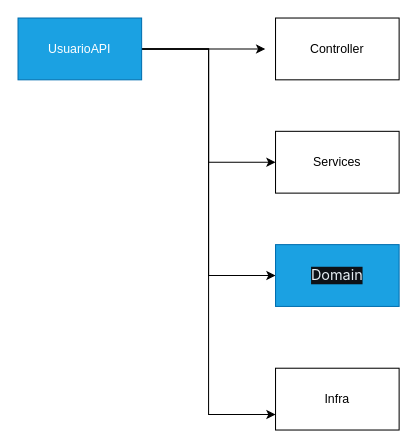
RafaelPontin/Fiap.Ingresso keeps this draw.io diagram as page "Arquitetura" (2 of 6) of doc/Projeto.drawio. Above is the earlier version. Source tidied: cells renumbered, new cells numbered last; positions are measured from the earlier drawing's top-left corner, leaving out a move shared by most shapes. Both pictures are drawn from the tidied source at 103%, with x=0, y=0 at pixel (18, 18).
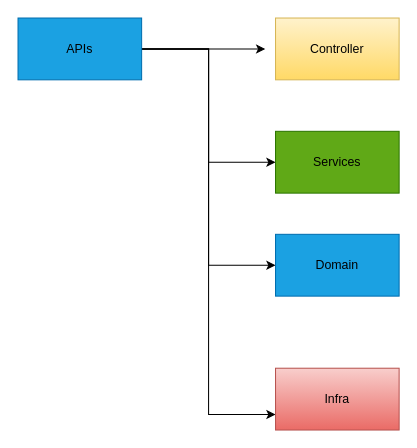
After the change.

Diff of the diagram source:
```diff
@@
 <mxGraphModel>
   <root>
     <mxCell id="0" />
     <mxCell id="1" parent="0" />
     <mxCell id="2" style="edgeStyle=orthogonalEdgeStyle;rounded=0;jettySize=auto;html=1;" parent="1" edge="1" source="6">
       <mxGeometry relative="1" as="geometry">
         <mxPoint x="240" y="30" as="targetPoint" />
       </mxGeometry>
     </mxCell>
     <mxCell id="3" style="edgeStyle=orthogonalEdgeStyle;rounded=0;jettySize=auto;html=1;entryX=0;entryY=0.5;entryDx=0;entryDy=0;" parent="1" edge="1" source="6" target="8">
       <mxGeometry relative="1" as="geometry" />
     </mxCell>
+    <mxCell id="5" style="edgeStyle=orthogonalEdgeStyle;rounded=0;jettySize=auto;html=1;entryX=0;entryY=0.75;entryDx=0;entryDy=0;" parent="1" edge="1" source="6" target="10">
+      <mxGeometry relative="1" as="geometry" />
+    </mxCell>
     <mxCell id="4" style="edgeStyle=orthogonalEdgeStyle;rounded=0;jettySize=auto;html=1;entryX=0;entryY=0.5;entryDx=0;entryDy=0;" parent="1" edge="1" source="6" target="9">
       <mxGeometry relative="1" as="geometry" />
     </mxCell>
-    <mxCell id="5" style="edgeStyle=orthogonalEdgeStyle;rounded=0;jettySize=auto;html=1;entryX=0;entryY=0.75;entryDx=0;entryDy=0;" parent="1" edge="1" source="6" target="10">
-      <mxGeometry relative="1" as="geometry" />
-    </mxCell>
-    <mxCell id="6" value="UsuarioAPI" style="rounded=0;whiteSpace=wrap;html=1;fillColor=#1ba1e2;fontColor=#ffffff;strokeColor=#006EAF;" parent="1" vertex="1">
+    <mxCell id="6" value="&lt;font color=&quot;#000000&quot;&gt;APIs&lt;/font&gt;" style="rounded=0;whiteSpace=wrap;html=1;fillColor=#1ba1e2;fontColor=#ffffff;strokeColor=#006EAF;" parent="1" vertex="1">
       <mxGeometry width="120" height="60" as="geometry" />
     </mxCell>
-    <mxCell id="7" value="Controller" style="rounded=0;whiteSpace=wrap;html=1;" parent="1" vertex="1">
+    <mxCell id="7" value="&lt;font color=&quot;#000000&quot;&gt;Controller&lt;/font&gt;" style="rounded=0;whiteSpace=wrap;html=1;fillColor=#fff2cc;strokeColor=#d6b656;gradientColor=#ffd966;" parent="1" vertex="1">
       <mxGeometry x="250" width="120" height="60" as="geometry" />
     </mxCell>
-    <mxCell id="8" value="Services" style="rounded=0;whiteSpace=wrap;html=1;" parent="1" vertex="1">
+    <mxCell id="8" value="&lt;font color=&quot;#000000&quot;&gt;Services&lt;/font&gt;" style="rounded=0;whiteSpace=wrap;html=1;fillColor=#60a917;fontColor=#ffffff;strokeColor=#2D7600;" parent="1" vertex="1">
       <mxGeometry x="250" y="110" width="120" height="60" as="geometry" />
     </mxCell>
+    <mxCell id="10" value="&lt;font color=&quot;#000000&quot;&gt;Infra&lt;/font&gt;" style="rounded=0;whiteSpace=wrap;html=1;fillColor=#f8cecc;gradientColor=#ea6b66;strokeColor=#b85450;" parent="1" vertex="1">
+      <mxGeometry x="250" y="340" width="120" height="60" as="geometry" />
+    </mxCell>
-    <mxCell id="9" value="&lt;h3 style=&quot;box-sizing: border-box; margin: 0px; font-size: 14px; font-weight: var(--base-text-weight-normal, 400); color: rgb(230, 237, 243); font-family: -apple-system, BlinkMacSystemFont, &amp;quot;Segoe UI&amp;quot;, &amp;quot;Noto Sans&amp;quot;, Helvetica, Arial, sans-serif, &amp;quot;Apple Color Emoji&amp;quot;, &amp;quot;Segoe UI Emoji&amp;quot;; text-align: left; background-color: rgb(13, 17, 23);&quot;&gt;&lt;div style=&quot;box-sizing: border-box; display: inline-block; max-width: 100%; overflow: hidden; text-overflow: ellipsis; white-space: pre; vertical-align: top;&quot; class=&quot;react-directory-truncate&quot;&gt;&lt;a style=&quot;box-sizing: border-box; background-color: transparent; text-decoration-line: none; color: var(--fgColor-default) !important;&quot; href=&quot;https://github.com/rcarneironet/valhalla-clean-architecture/tree/master/src/Valhalla.Domain&quot; class=&quot;Link--primary&quot; aria-label=&quot;Valhalla.Domain, (Directory)&quot; title=&quot;Valhalla.Domain&quot;&gt;Domain&lt;/a&gt;&lt;/div&gt;&lt;/h3&gt;" style="rounded=0;whiteSpace=wrap;html=1;fillColor=#1ba1e2;fontColor=#ffffff;strokeColor=#006EAF;" parent="1" vertex="1">
-      <mxGeometry x="250" y="220" width="120" height="60" as="geometry" />
+    <mxCell id="9" value="&lt;font color=&quot;#000000&quot;&gt;Domain&lt;/font&gt;" style="rounded=0;whiteSpace=wrap;html=1;fillColor=#1ba1e2;fontColor=#ffffff;strokeColor=#006EAF;" parent="1" vertex="1">
+      <mxGeometry x="250" y="210" width="120" height="60" as="geometry" />
     </mxCell>
-    <mxCell id="10" value="Infra" style="rounded=0;whiteSpace=wrap;html=1;" parent="1" vertex="1">
-      <mxGeometry x="250" y="340" width="120" height="60" as="geometry" />
-    </mxCell>
   </root>
 </mxGraphModel>
```
